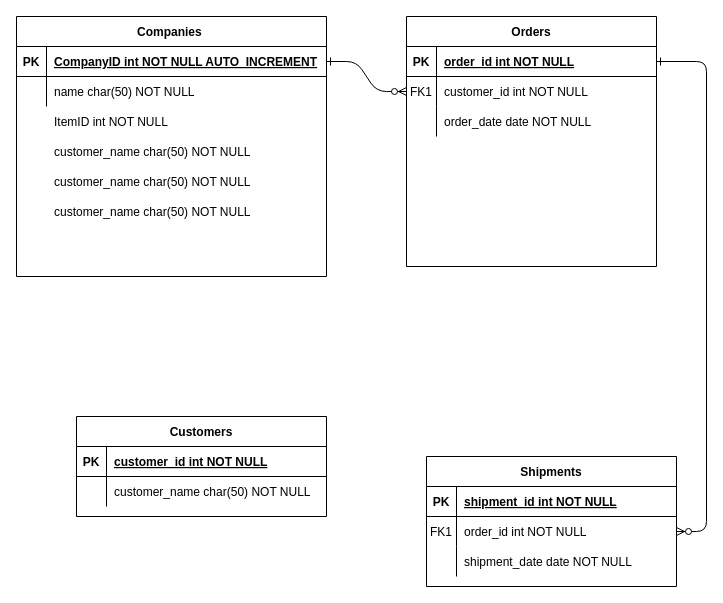
The draw.io diagram ERD/MiniBlocksApp ERD.drawio in beatrizqa/MiniBlocksApp, before the edit. Source tidied: cells renumbered, new cells numbered last; positions are measured from the earlier drawing's top-left corner, leaving out a move shared by most shapes. Both pictures are drawn from the tidied source at 100%, with x=0, y=0 at pixel (16, 16).
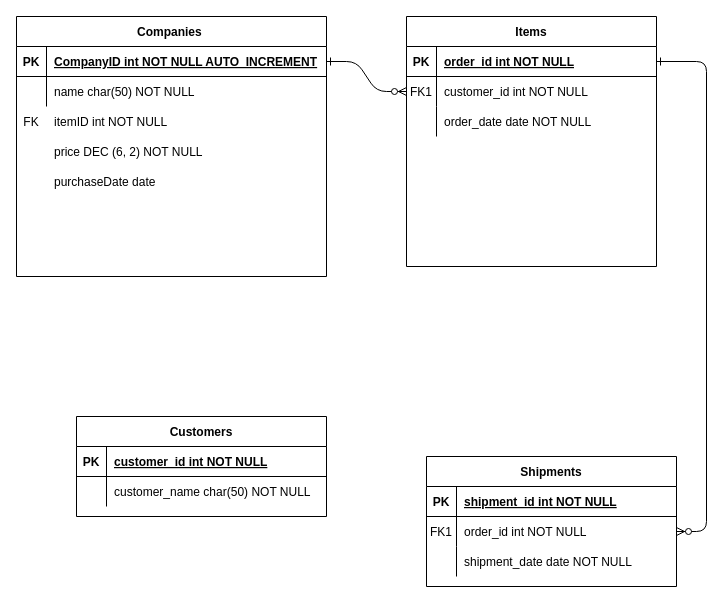
The same page after the edit.

Unchanged cells that the change refers to:
```xml
<mxCell id="38" style="shape=partialRectangle;fillColor=none;top=0;left=0;right=0;bottom=0;" parent="1" vertex="1">
  <mxGeometry y="90" width="250" height="30" as="geometry" />
</mxCell>
<mxCell id="41" style="shape=partialRectangle;fillColor=none;top=0;left=0;right=0;bottom=0;" parent="1" vertex="1">
  <mxGeometry y="120" width="250" height="30" as="geometry" />
</mxCell>
<mxCell id="44" style="shape=partialRectangle;fillColor=none;top=0;left=0;right=0;bottom=0;" parent="1" vertex="1">
  <mxGeometry y="150" width="250" height="30" as="geometry" />
</mxCell>
```

What changed in the source:
```diff
@@
-    <mxCell id="4" value="Orders" style="shape=table;startSize=30;childLayout=tableLayout;rowLines=0;fontStyle=1;align=center;" parent="1" vertex="1">
+    <mxCell id="4" value="Items" style="shape=table;startSize=30;childLayout=tableLayout;rowLines=0;fontStyle=1;align=center;" parent="1" vertex="1">
       <mxGeometry x="390" width="250" height="250" as="geometry" />
     </mxCell>
@@
-    <mxCell id="39" style="shape=partialRectangle;overflow=hidden;fillColor=none;top=0;left=0;bottom=0;right=0;" parent="38" vertex="1">
+    <mxCell id="39" value="FK" style="shape=partialRectangle;overflow=hidden;fillColor=none;top=0;left=0;bottom=0;right=0;" parent="38" vertex="1">
       <mxGeometry width="30" height="30" as="geometry" />
     </mxCell>
-    <mxCell id="40" value="ItemID int NOT NULL" style="shape=partialRectangle;overflow=hidden;fillColor=none;top=0;left=0;bottom=0;right=0;align=left;spacingLeft=6;" parent="38" vertex="1">
+    <mxCell id="40" value="itemID int NOT NULL" style="shape=partialRectangle;overflow=hidden;fillColor=none;top=0;left=0;bottom=0;right=0;align=left;spacingLeft=6;" parent="38" vertex="1">
       <mxGeometry x="30" width="220" height="30" as="geometry" />
     </mxCell>
@@
-    <mxCell id="43" value="customer_name char(50) NOT NULL" style="shape=partialRectangle;overflow=hidden;fillColor=none;top=0;left=0;bottom=0;right=0;align=left;spacingLeft=6;" parent="41" vertex="1">
+    <mxCell id="43" value="price DEC (6, 2) NOT NULL" style="shape=partialRectangle;overflow=hidden;fillColor=none;top=0;left=0;bottom=0;right=0;align=left;spacingLeft=6;" parent="41" vertex="1">
       <mxGeometry x="30" width="220" height="30" as="geometry" />
     </mxCell>
@@
-    <mxCell id="46" value="customer_name char(50) NOT NULL" style="shape=partialRectangle;overflow=hidden;fillColor=none;top=0;left=0;bottom=0;right=0;align=left;spacingLeft=6;" parent="44" vertex="1">
+    <mxCell id="46" value="purchaseDate date" style="shape=partialRectangle;overflow=hidden;fillColor=none;top=0;left=0;bottom=0;right=0;align=left;spacingLeft=6;" parent="44" vertex="1">
       <mxGeometry x="30" width="220" height="30" as="geometry" />
     </mxCell>
-    <mxCell id="47" style="shape=partialRectangle;fillColor=none;top=0;left=0;right=0;bottom=0;" parent="1" vertex="1">
-      <mxGeometry y="180" width="250" height="30" as="geometry" />
-    </mxCell>
-    <mxCell id="48" style="shape=partialRectangle;overflow=hidden;fillColor=none;top=0;left=0;bottom=0;right=0;" parent="47" vertex="1">
-      <mxGeometry width="30" height="30" as="geometry" />
-    </mxCell>
-    <mxCell id="49" value="customer_name char(50) NOT NULL" style="shape=partialRectangle;overflow=hidden;fillColor=none;top=0;left=0;bottom=0;right=0;align=left;spacingLeft=6;" parent="47" vertex="1">
-      <mxGeometry x="30" width="220" height="30" as="geometry" />
-    </mxCell>
```
